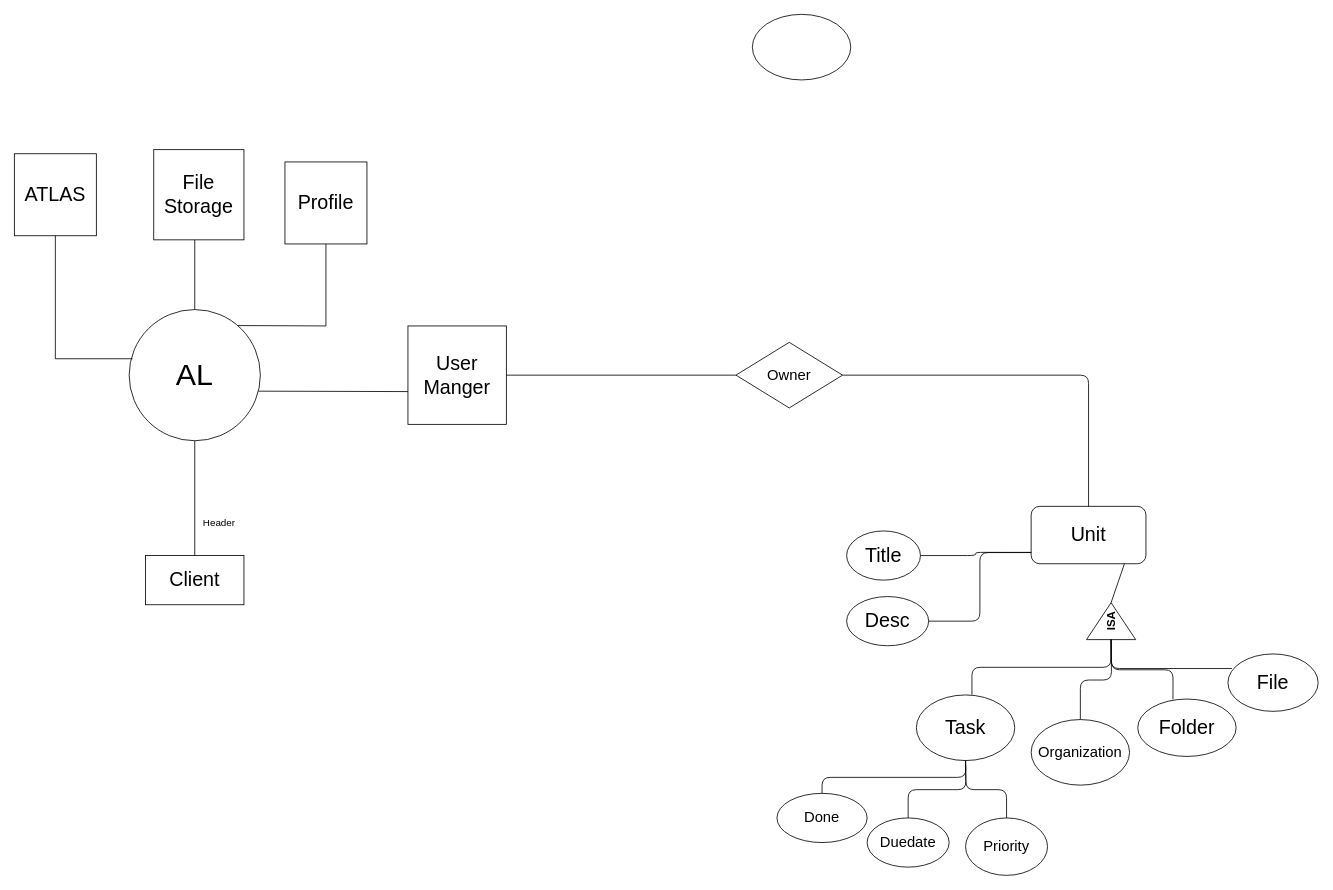
Straider71/test keeps this draw.io diagram as Untitled Diagram.drawio. Above is the earlier version. Source tidied: cells renumbered, new cells numbered last; positions are measured from the earlier drawing's top-left corner, leaving out a move shared by most shapes. Both pictures are drawn from the tidied source at 82%, with x=0, y=0 at pixel (14, 14).
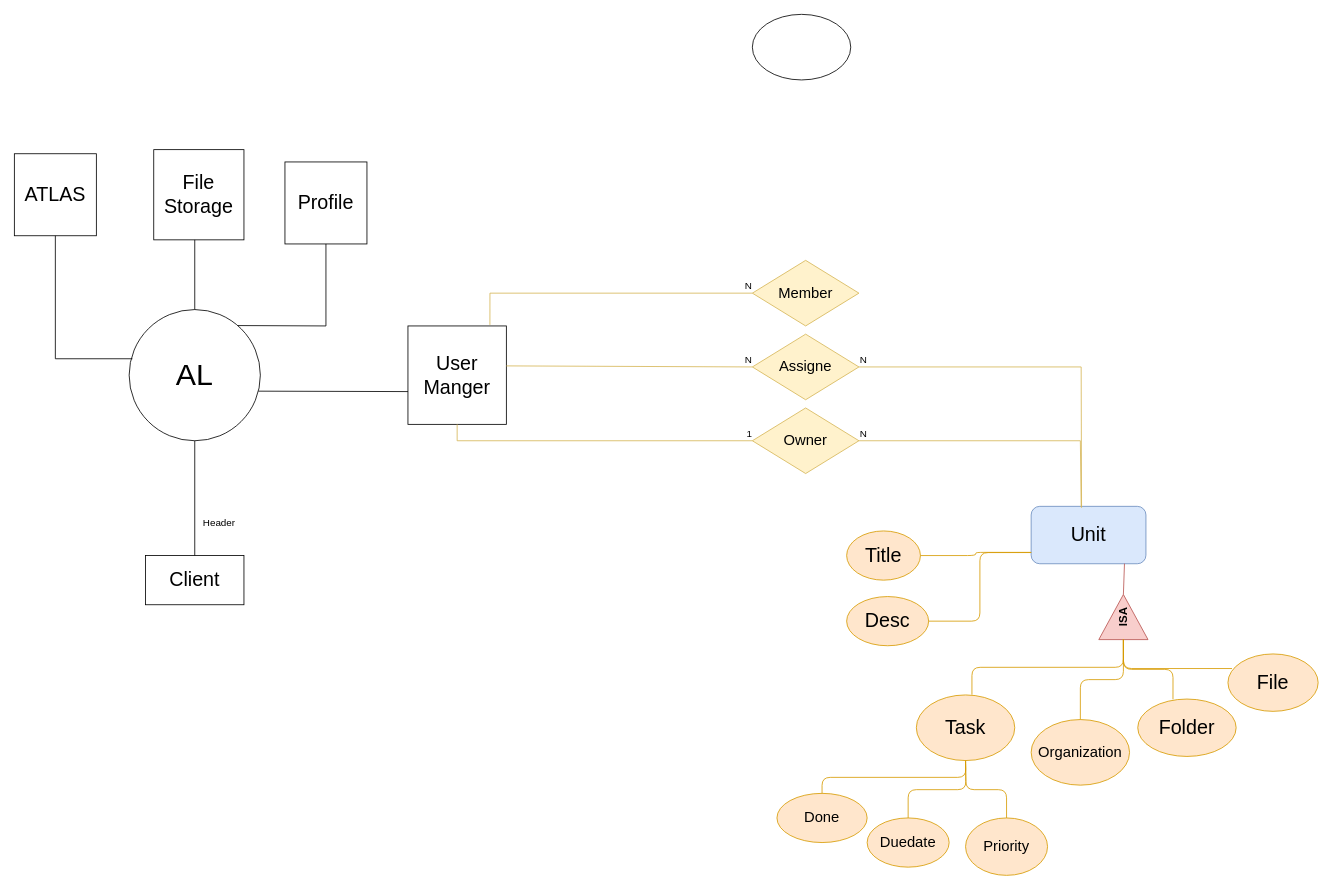
Above is the later version.

Unchanged cells that the change refers to:
```xml
<mxCell id="7" value="&lt;div&gt;&lt;font style=&quot;font-size: 24px&quot;&gt;User&lt;/font&gt;&lt;/div&gt;&lt;div&gt;&lt;font style=&quot;font-size: 24px&quot;&gt; Manger&lt;/font&gt;&lt;/div&gt;" style="whiteSpace=wrap;html=1;" parent="1" vertex="1">
  <mxGeometry x="480" y="380" width="120" height="120" as="geometry" />
</mxCell>
```

The edit, as a diff of the source:
```diff
@@
-    <mxCell id="17" value="&lt;font style=&quot;font-size: 24px&quot;&gt;Unit&lt;/font&gt;" style="rounded=1;whiteSpace=wrap;html=1;" parent="1" vertex="1">
+    <mxCell id="17" value="&lt;font style=&quot;font-size: 24px&quot;&gt;Unit&lt;/font&gt;" style="rounded=1;whiteSpace=wrap;html=1;fillColor=#dae8fc;strokeColor=#6c8ebf;" parent="1" vertex="1">
       <mxGeometry x="1240" y="600" width="140" height="70" as="geometry" />
     </mxCell>
-    <mxCell id="18" value="&lt;font style=&quot;font-size: 14px&quot;&gt;&lt;b&gt;ISA&lt;/b&gt;&lt;/font&gt;" style="triangle;whiteSpace=wrap;html=1;rotation=-90;" parent="1" vertex="1">
-      <mxGeometry x="1315" y="710" width="45" height="60" as="geometry" />
+    <mxCell id="18" value="&lt;font style=&quot;font-size: 14px&quot;&gt;&lt;b&gt;ISA&lt;/b&gt;&lt;/font&gt;" style="triangle;whiteSpace=wrap;html=1;rotation=-90;fillColor=#f8cecc;strokeColor=#b85450;" parent="1" vertex="1">
+      <mxGeometry x="1325" y="705" width="55" height="60" as="geometry" />
     </mxCell>
-    <mxCell id="19" style="endArrow=none;html=1;entryX=0.813;entryY=0.998;entryDx=0;entryDy=0;entryPerimeter=0;exitX=1;exitY=0.5;exitDx=0;exitDy=0;" parent="1" edge="1" source="18" target="17">
+    <mxCell id="19" style="endArrow=none;html=1;entryX=0.813;entryY=0.998;entryDx=0;entryDy=0;entryPerimeter=0;exitX=1;exitY=0.5;exitDx=0;exitDy=0;fillColor=#f8cecc;strokeColor=#b85450;" parent="1" edge="1" source="18" target="17">
       <mxGeometry relative="1" as="geometry" />
     </mxCell>
-    <mxCell id="20" value="&lt;font style=&quot;font-size: 24px&quot;&gt;Folder&lt;/font&gt;" style="ellipse;whiteSpace=wrap;html=1;" parent="1" vertex="1">
+    <mxCell id="20" value="&lt;font style=&quot;font-size: 24px&quot;&gt;Folder&lt;/font&gt;" style="ellipse;whiteSpace=wrap;html=1;fillColor=#ffe6cc;strokeColor=#d79b00;" parent="1" vertex="1">
       <mxGeometry x="1370" y="835" width="120" height="70" as="geometry" />
     </mxCell>
-    <mxCell id="21" value="&lt;font style=&quot;font-size: 18px&quot;&gt;Organization&lt;/font&gt;" style="ellipse;whiteSpace=wrap;html=1;" parent="1" vertex="1">
+    <mxCell id="21" value="&lt;font style=&quot;font-size: 18px&quot;&gt;Organization&lt;/font&gt;" style="ellipse;whiteSpace=wrap;html=1;fillColor=#ffe6cc;strokeColor=#d79b00;" parent="1" vertex="1">
       <mxGeometry x="1240" y="860" width="120" height="80" as="geometry" />
     </mxCell>
-    <mxCell id="22" value="&lt;font style=&quot;font-size: 24px&quot;&gt;Task&lt;/font&gt;" style="ellipse;whiteSpace=wrap;html=1;" parent="1" vertex="1">
+    <mxCell id="22" value="&lt;font style=&quot;font-size: 24px&quot;&gt;Task&lt;/font&gt;" style="ellipse;whiteSpace=wrap;html=1;fillColor=#ffe6cc;strokeColor=#d79b00;" parent="1" vertex="1">
       <mxGeometry x="1100" y="830" width="120" height="80" as="geometry" />
     </mxCell>
-    <mxCell id="23" value="&lt;font style=&quot;font-size: 24px&quot;&gt;Desc&lt;/font&gt;" style="ellipse;whiteSpace=wrap;html=1;" parent="1" vertex="1">
+    <mxCell id="23" value="&lt;font style=&quot;font-size: 24px&quot;&gt;Desc&lt;/font&gt;" style="ellipse;whiteSpace=wrap;html=1;fillColor=#ffe6cc;strokeColor=#d79b00;" parent="1" vertex="1">
       <mxGeometry x="1015" y="710" width="100" height="60" as="geometry" />
     </mxCell>
-    <mxCell id="24" value="&lt;font style=&quot;font-size: 24px&quot;&gt;Title&lt;/font&gt;" style="ellipse;whiteSpace=wrap;html=1;" parent="1" vertex="1">
+    <mxCell id="24" value="&lt;font style=&quot;font-size: 24px&quot;&gt;Title&lt;/font&gt;" style="ellipse;whiteSpace=wrap;html=1;fillColor=#ffe6cc;strokeColor=#d79b00;" parent="1" vertex="1">
       <mxGeometry x="1015" y="630" width="90" height="60" as="geometry" />
     </mxCell>
-    <mxCell id="25" value="&lt;font style=&quot;font-size: 18px&quot;&gt;Duedate&lt;/font&gt;" style="ellipse;whiteSpace=wrap;html=1;" parent="1" vertex="1">
+    <mxCell id="25" value="&lt;font style=&quot;font-size: 18px&quot;&gt;Duedate&lt;/font&gt;" style="ellipse;whiteSpace=wrap;html=1;fillColor=#ffe6cc;strokeColor=#d79b00;" parent="1" vertex="1">
       <mxGeometry x="1040" y="980" width="100" height="60" as="geometry" />
     </mxCell>
-    <mxCell id="26" value="&lt;font style=&quot;font-size: 18px&quot;&gt;Priority&lt;/font&gt;" style="ellipse;whiteSpace=wrap;html=1;" parent="1" vertex="1">
+    <mxCell id="26" value="&lt;font style=&quot;font-size: 18px&quot;&gt;Priority&lt;/font&gt;" style="ellipse;whiteSpace=wrap;html=1;fillColor=#ffe6cc;strokeColor=#d79b00;" parent="1" vertex="1">
       <mxGeometry x="1160" y="980" width="100" height="70" as="geometry" />
     </mxCell>
-    <mxCell id="27" value="&lt;font style=&quot;font-size: 18px&quot;&gt;Done&lt;/font&gt;" style="ellipse;whiteSpace=wrap;html=1;" parent="1" vertex="1">
+    <mxCell id="27" value="&lt;font style=&quot;font-size: 18px&quot;&gt;Done&lt;/font&gt;" style="ellipse;whiteSpace=wrap;html=1;fillColor=#ffe6cc;strokeColor=#d79b00;" parent="1" vertex="1">
       <mxGeometry x="930" y="950" width="110" height="60" as="geometry" />
     </mxCell>
-    <mxCell id="28" style="endArrow=none;html=1;fontFamily=Helvetica;fontSize=11;fontColor=#000000;align=center;strokeColor=#000000;edgeStyle=orthogonalEdgeStyle;exitX=0.045;exitY=0.254;exitDx=0;exitDy=0;exitPerimeter=0;entryX=0;entryY=0.5;entryDx=0;entryDy=0;" parent="1" edge="1" source="29" target="18">
+    <mxCell id="28" style="endArrow=none;html=1;fontFamily=Helvetica;fontSize=11;fontColor=#000000;align=center;strokeColor=#d79b00;edgeStyle=orthogonalEdgeStyle;exitX=0.045;exitY=0.254;exitDx=0;exitDy=0;exitPerimeter=0;entryX=0;entryY=0.5;entryDx=0;entryDy=0;fillColor=#ffe6cc;" parent="1" edge="1" source="29" target="18">
       <mxGeometry relative="1" as="geometry" />
     </mxCell>
-    <mxCell id="29" value="&lt;font style=&quot;font-size: 24px&quot;&gt;File&lt;/font&gt;" style="ellipse;whiteSpace=wrap;html=1;" parent="1" vertex="1">
+    <mxCell id="29" value="&lt;font style=&quot;font-size: 24px&quot;&gt;File&lt;/font&gt;" style="ellipse;whiteSpace=wrap;html=1;fillColor=#ffe6cc;strokeColor=#d79b00;" parent="1" vertex="1">
       <mxGeometry x="1480" y="780" width="110" height="70" as="geometry" />
     </mxCell>
-    <mxCell id="30" style="endArrow=none;html=1;fontFamily=Helvetica;fontSize=11;fontColor=#000000;align=center;strokeColor=#000000;edgeStyle=orthogonalEdgeStyle;exitX=0.358;exitY=0.005;exitDx=0;exitDy=0;exitPerimeter=0;entryX=0;entryY=0.5;entryDx=0;entryDy=0;" parent="1" edge="1" source="20">
-      <mxGeometry relative="1" as="geometry">
-        <mxPoint x="1337.5" y="762.5" as="targetPoint" />
-      </mxGeometry>
+    <mxCell id="30" style="endArrow=none;html=1;fontFamily=Helvetica;fontSize=11;fontColor=#000000;align=center;strokeColor=#d79b00;edgeStyle=orthogonalEdgeStyle;exitX=0.358;exitY=0.005;exitDx=0;exitDy=0;exitPerimeter=0;entryX=0;entryY=0.5;entryDx=0;entryDy=0;fillColor=#ffe6cc;" parent="1" edge="1" source="20" target="18">
+      <mxGeometry relative="1" as="geometry" />
     </mxCell>
-    <mxCell id="31" style="endArrow=none;html=1;fontFamily=Helvetica;fontSize=11;fontColor=#000000;align=center;strokeColor=#000000;edgeStyle=orthogonalEdgeStyle;exitX=0.5;exitY=0;exitDx=0;exitDy=0;entryX=0;entryY=0.5;entryDx=0;entryDy=0;" parent="1" edge="1" source="21">
-      <mxGeometry relative="1" as="geometry">
-        <mxPoint x="1337.5" y="762.5" as="targetPoint" />
-      </mxGeometry>
+    <mxCell id="31" style="endArrow=none;html=1;fontFamily=Helvetica;fontSize=11;fontColor=#000000;align=center;strokeColor=#d79b00;edgeStyle=orthogonalEdgeStyle;exitX=0.5;exitY=0;exitDx=0;exitDy=0;entryX=0;entryY=0.5;entryDx=0;entryDy=0;fillColor=#ffe6cc;" parent="1" edge="1" source="21" target="18">
+      <mxGeometry relative="1" as="geometry" />
     </mxCell>
-    <mxCell id="32" style="endArrow=none;html=1;fontFamily=Helvetica;fontSize=11;fontColor=#000000;align=center;strokeColor=#000000;edgeStyle=orthogonalEdgeStyle;exitX=0.565;exitY=-0.004;exitDx=0;exitDy=0;exitPerimeter=0;entryX=0;entryY=0.5;entryDx=0;entryDy=0;" parent="1" edge="1" source="22" target="18">
+    <mxCell id="32" style="endArrow=none;html=1;fontFamily=Helvetica;fontSize=11;fontColor=#000000;align=center;strokeColor=#d79b00;edgeStyle=orthogonalEdgeStyle;exitX=0.565;exitY=-0.004;exitDx=0;exitDy=0;exitPerimeter=0;entryX=0;entryY=0.5;entryDx=0;entryDy=0;fillColor=#ffe6cc;" parent="1" edge="1" source="22" target="18">
       <mxGeometry relative="1" as="geometry" />
     </mxCell>
-    <mxCell id="33" style="endArrow=none;html=1;fontFamily=Helvetica;fontSize=11;fontColor=#000000;align=center;strokeColor=#000000;edgeStyle=orthogonalEdgeStyle;exitX=1;exitY=0.5;exitDx=0;exitDy=0;entryX=0.001;entryY=0.802;entryDx=0;entryDy=0;entryPerimeter=0;" parent="1" edge="1" source="24" target="17">
+    <mxCell id="33" style="endArrow=none;html=1;fontFamily=Helvetica;fontSize=11;fontColor=#000000;align=center;strokeColor=#d79b00;edgeStyle=orthogonalEdgeStyle;exitX=1;exitY=0.5;exitDx=0;exitDy=0;entryX=0.001;entryY=0.802;entryDx=0;entryDy=0;entryPerimeter=0;fillColor=#ffe6cc;" parent="1" edge="1" source="24" target="17">
       <mxGeometry relative="1" as="geometry" />
     </mxCell>
-    <mxCell id="34" style="endArrow=none;html=1;fontFamily=Helvetica;fontSize=11;fontColor=#000000;align=center;strokeColor=#000000;edgeStyle=orthogonalEdgeStyle;entryX=0;entryY=0.805;entryDx=0;entryDy=0;entryPerimeter=0;" parent="1" edge="1" source="23" target="17">
+    <mxCell id="34" style="endArrow=none;html=1;fontFamily=Helvetica;fontSize=11;fontColor=#000000;align=center;strokeColor=#d79b00;edgeStyle=orthogonalEdgeStyle;entryX=0;entryY=0.805;entryDx=0;entryDy=0;entryPerimeter=0;fillColor=#ffe6cc;" parent="1" edge="1" source="23" target="17">
       <mxGeometry relative="1" as="geometry" />
     </mxCell>
-    <mxCell id="35" style="endArrow=none;html=1;fontFamily=Helvetica;fontSize=11;fontColor=#000000;align=center;strokeColor=#000000;edgeStyle=orthogonalEdgeStyle;exitX=0.5;exitY=0;exitDx=0;exitDy=0;entryX=0.001;entryY=0.802;entryDx=0;entryDy=0;entryPerimeter=0;" parent="1" edge="1" source="27">
+    <mxCell id="35" style="endArrow=none;html=1;fontFamily=Helvetica;fontSize=11;fontColor=#000000;align=center;strokeColor=#d79b00;edgeStyle=orthogonalEdgeStyle;exitX=0.5;exitY=0;exitDx=0;exitDy=0;entryX=0.001;entryY=0.802;entryDx=0;entryDy=0;entryPerimeter=0;fillColor=#ffe6cc;" parent="1" edge="1" source="27">
       <mxGeometry relative="1" as="geometry">
         <mxPoint x="1160" y="910" as="targetPoint" />
       </mxGeometry>
     </mxCell>
-    <mxCell id="36" style="endArrow=none;html=1;fontFamily=Helvetica;fontSize=11;fontColor=#000000;align=center;strokeColor=#000000;edgeStyle=orthogonalEdgeStyle;exitX=0.5;exitY=0;exitDx=0;exitDy=0;entryX=0.001;entryY=0.802;entryDx=0;entryDy=0;entryPerimeter=0;" parent="1" edge="1" source="25">
+    <mxCell id="36" style="endArrow=none;html=1;fontFamily=Helvetica;fontSize=11;fontColor=#000000;align=center;strokeColor=#d79b00;edgeStyle=orthogonalEdgeStyle;exitX=0.5;exitY=0;exitDx=0;exitDy=0;entryX=0.001;entryY=0.802;entryDx=0;entryDy=0;entryPerimeter=0;fillColor=#ffe6cc;" parent="1" edge="1" source="25">
       <mxGeometry relative="1" as="geometry">
         <mxPoint x="1160" y="910" as="targetPoint" />
       </mxGeometry>
     </mxCell>
-    <mxCell id="37" style="endArrow=none;html=1;fontFamily=Helvetica;fontSize=11;fontColor=#000000;align=center;strokeColor=#000000;edgeStyle=orthogonalEdgeStyle;exitX=0.5;exitY=0;exitDx=0;exitDy=0;" parent="1" edge="1" source="26">
+    <mxCell id="37" style="endArrow=none;html=1;fontFamily=Helvetica;fontSize=11;fontColor=#000000;align=center;strokeColor=#d79b00;edgeStyle=orthogonalEdgeStyle;exitX=0.5;exitY=0;exitDx=0;exitDy=0;fillColor=#ffe6cc;" parent="1" edge="1" source="26">
       <mxGeometry relative="1" as="geometry">
         <mxPoint x="1160" y="910" as="targetPoint" />
       </mxGeometry>
     </mxCell>
-    <mxCell id="38" value="&lt;font style=&quot;font-size: 18px&quot;&gt;Owner&lt;/font&gt;" style="rhombus;whiteSpace=wrap;html=1;" parent="1" vertex="1">
-      <mxGeometry x="880" y="400" width="130" height="80" as="geometry" />
+    <mxCell id="38" value="&lt;font style=&quot;font-size: 18px&quot;&gt;Owner&lt;/font&gt;" style="rhombus;whiteSpace=wrap;html=1;fillColor=#fff2cc;strokeColor=#d6b656;" parent="1" vertex="1">
+      <mxGeometry x="900" y="480" width="130" height="80" as="geometry" />
     </mxCell>
-    <mxCell id="39" style="endArrow=none;html=1;entryX=0.5;entryY=0;entryDx=0;entryDy=0;exitX=1;exitY=0.5;exitDx=0;exitDy=0;" parent="1" edge="1" source="38" target="17">
-      <mxGeometry relative="1" as="geometry">
-        <Array as="points">
-          <mxPoint x="1310" y="440" />
-        </Array>
-      </mxGeometry>
-    </mxCell>
+    <mxCell id="41" style="endArrow=none;html=1;rounded=0;exitX=0.436;exitY=0.014;exitDx=0;exitDy=0;exitPerimeter=0;entryX=1;entryY=0.5;entryDx=0;entryDy=0;fillColor=#fff2cc;strokeColor=#d6b656;" parent="1" edge="1" source="17" target="38">
+      <mxGeometry relative="1" as="geometry">
+        <Array as="points">
+          <mxPoint x="1300" y="520" />
+        </Array>
+      </mxGeometry>
+    </mxCell>
+    <mxCell id="42" value="N" style="html=1;align=right;verticalAlign=bottom;" parent="41" vertex="1">
+      <mxGeometry x="1" relative="1" as="geometry">
+        <mxPoint x="10" as="offset" />
+      </mxGeometry>
+    </mxCell>
-    <mxCell id="40" style="endArrow=none;html=1;entryX=0;entryY=0.5;entryDx=0;entryDy=0;exitX=1;exitY=0.5;exitDx=0;exitDy=0;" parent="1" edge="1" source="7" target="38">
-      <mxGeometry relative="1" as="geometry" />
+    <mxCell id="40" style="endArrow=none;html=1;rounded=0;entryX=0;entryY=0.5;entryDx=0;entryDy=0;exitX=0.5;exitY=1;exitDx=0;exitDy=0;fillColor=#fff2cc;strokeColor=#d6b656;" parent="1" edge="1" source="7" target="38">
+      <mxGeometry relative="1" as="geometry">
+        <Array as="points">
+          <mxPoint x="540" y="520" />
+        </Array>
+      </mxGeometry>
     </mxCell>
+    <mxCell id="43" value="1" style="html=1;align=right;verticalAlign=bottom;" parent="40" vertex="1">
+      <mxGeometry x="1" relative="1" as="geometry" />
+    </mxCell>
+    <mxCell id="44" value="&lt;font style=&quot;font-size: 18px&quot;&gt;Assigne&lt;/font&gt;" style="rhombus;whiteSpace=wrap;html=1;fillColor=#fff2cc;strokeColor=#d6b656;" parent="1" vertex="1">
+      <mxGeometry x="900" y="390" width="130" height="80" as="geometry" />
+    </mxCell>
+    <mxCell id="45" value="&lt;font style=&quot;font-size: 18px&quot;&gt;Member&lt;/font&gt;" style="rhombus;whiteSpace=wrap;html=1;fillColor=#fff2cc;strokeColor=#d6b656;" parent="1" vertex="1">
+      <mxGeometry x="900" y="300" width="130" height="80" as="geometry" />
+    </mxCell>
+    <mxCell id="46" style="endArrow=none;html=1;rounded=0;entryX=0;entryY=0.5;entryDx=0;entryDy=0;exitX=1;exitY=0.406;exitDx=0;exitDy=0;exitPerimeter=0;fillColor=#fff2cc;strokeColor=#d6b656;" parent="1" edge="1" source="7" target="44">
+      <mxGeometry relative="1" as="geometry" />
+    </mxCell>
+    <mxCell id="47" value="N" style="html=1;align=right;verticalAlign=bottom;" parent="46" vertex="1">
+      <mxGeometry x="1" relative="1" as="geometry" />
+    </mxCell>
+    <mxCell id="48" style="endArrow=none;html=1;rounded=0;entryX=1;entryY=0.5;entryDx=0;entryDy=0;exitX=0.439;exitY=0.025;exitDx=0;exitDy=0;exitPerimeter=0;fillColor=#fff2cc;strokeColor=#d6b656;" parent="1" edge="1" source="17" target="44">
+      <mxGeometry relative="1" as="geometry">
+        <Array as="points">
+          <mxPoint x="1301" y="430" />
+        </Array>
+      </mxGeometry>
+    </mxCell>
+    <mxCell id="49" value="N" style="html=1;align=right;verticalAlign=bottom;" parent="48" vertex="1">
+      <mxGeometry x="1" relative="1" as="geometry">
+        <mxPoint x="9.8" as="offset" />
+      </mxGeometry>
+    </mxCell>
+    <mxCell id="50" style="endArrow=none;html=1;rounded=0;exitX=0.833;exitY=-0.011;exitDx=0;exitDy=0;exitPerimeter=0;fillColor=#fff2cc;strokeColor=#d6b656;" parent="1" edge="1" source="7">
+      <mxGeometry relative="1" as="geometry">
+        <mxPoint x="900" y="340" as="targetPoint" />
+        <Array as="points">
+          <mxPoint x="580" y="340" />
+        </Array>
+      </mxGeometry>
+    </mxCell>
+    <mxCell id="51" value="N" style="html=1;align=right;verticalAlign=bottom;" parent="50" vertex="1">
+      <mxGeometry x="1" relative="1" as="geometry" />
+    </mxCell>
```
